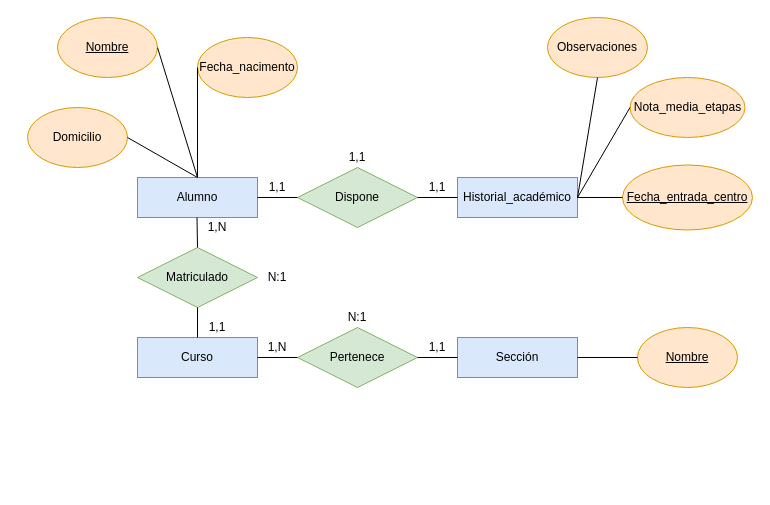
The draw.io diagram Centro_Escolar.drawio in Axel-Vicente/BBDD, before the edit. Source tidied: cells renumbered, new cells numbered last; positions are measured from the earlier drawing's top-left corner, leaving out a move shared by most shapes. Both pictures are drawn from the tidied source at 100%, with x=0, y=0 at pixel (27, 17).
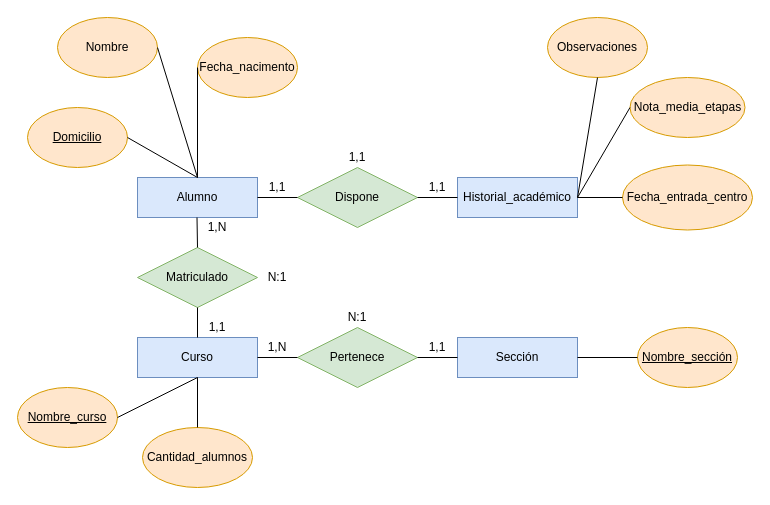
After the change.

Unchanged cells that the change refers to:
```xml
<mxCell id="3" value="Curso" style="rounded=0;whiteSpace=wrap;html=1;fillColor=#dae8fc;strokeColor=#6c8ebf;" parent="1" vertex="1">
  <mxGeometry x="110" y="320" width="120" height="40" as="geometry" />
</mxCell>
```

The edit, as a diff of the source:
```diff
@@
-    <mxCell id="7" value="Nombre" style="ellipse;whiteSpace=wrap;html=1;fontStyle=4;fillColor=#ffe6cc;strokeColor=#d79b00;" parent="1" vertex="1">
+    <mxCell id="7" value="Nombre" style="ellipse;whiteSpace=wrap;html=1;fontStyle=0;fillColor=#ffe6cc;strokeColor=#d79b00;" parent="1" vertex="1">
       <mxGeometry x="30" width="100" height="60" as="geometry" />
     </mxCell>
@@
-    <mxCell id="9" value="Domicilio" style="ellipse;whiteSpace=wrap;html=1;fontStyle=0;fillColor=#ffe6cc;strokeColor=#d79b00;" parent="1" vertex="1">
+    <mxCell id="9" value="Domicilio" style="ellipse;whiteSpace=wrap;html=1;fontStyle=4;fillColor=#ffe6cc;strokeColor=#d79b00;" parent="1" vertex="1">
       <mxGeometry y="90" width="100" height="60" as="geometry" />
     </mxCell>
@@
-    <mxCell id="16" value="Nombre" style="ellipse;whiteSpace=wrap;html=1;fontStyle=4;fillColor=#ffe6cc;strokeColor=#d79b00;" parent="1" vertex="1">
+    <mxCell id="16" value="Nombre_sección" style="ellipse;whiteSpace=wrap;html=1;fontStyle=4;fillColor=#ffe6cc;strokeColor=#d79b00;" parent="1" vertex="1">
       <mxGeometry x="610" y="310" width="100" height="60" as="geometry" />
     </mxCell>
@@
-    <mxCell id="32" value="Fecha_entrada_centro" style="ellipse;whiteSpace=wrap;html=1;fillColor=#ffe6cc;strokeColor=#d79b00;fontStyle=4;" parent="1" vertex="1">
+    <mxCell id="32" value="Fecha_entrada_centro" style="ellipse;whiteSpace=wrap;html=1;fillColor=#ffe6cc;strokeColor=#d79b00;fontStyle=0;" parent="1" vertex="1">
       <mxGeometry x="595" y="147.5" width="130" height="65" as="geometry" />
     </mxCell>
@@
+    <mxCell id="38" value="Nombre_curso" style="ellipse;whiteSpace=wrap;html=1;fontStyle=4;fillColor=#ffe6cc;strokeColor=#d79b00;" parent="1" vertex="1">
+      <mxGeometry x="-10" y="370" width="100" height="60" as="geometry" />
+    </mxCell>
+    <mxCell id="39" value="Cantidad_alumnos" style="ellipse;whiteSpace=wrap;html=1;fontStyle=0;fillColor=#ffe6cc;strokeColor=#d79b00;" parent="1" vertex="1">
+      <mxGeometry x="115" y="410" width="110" height="60" as="geometry" />
+    </mxCell>
+    <mxCell id="40" style="endArrow=none;html=1;exitX=1;exitY=0.5;exitDx=0;exitDy=0;entryX=0.5;entryY=1;entryDx=0;entryDy=0;" parent="1" edge="1" source="38" target="3">
+      <mxGeometry relative="1" as="geometry" />
+    </mxCell>
+    <mxCell id="41" style="endArrow=none;html=1;exitX=0.5;exitY=0;exitDx=0;exitDy=0;entryX=0.5;entryY=1;entryDx=0;entryDy=0;" parent="1" edge="1" source="39" target="3">
+      <mxGeometry relative="1" as="geometry" />
+    </mxCell>
```
